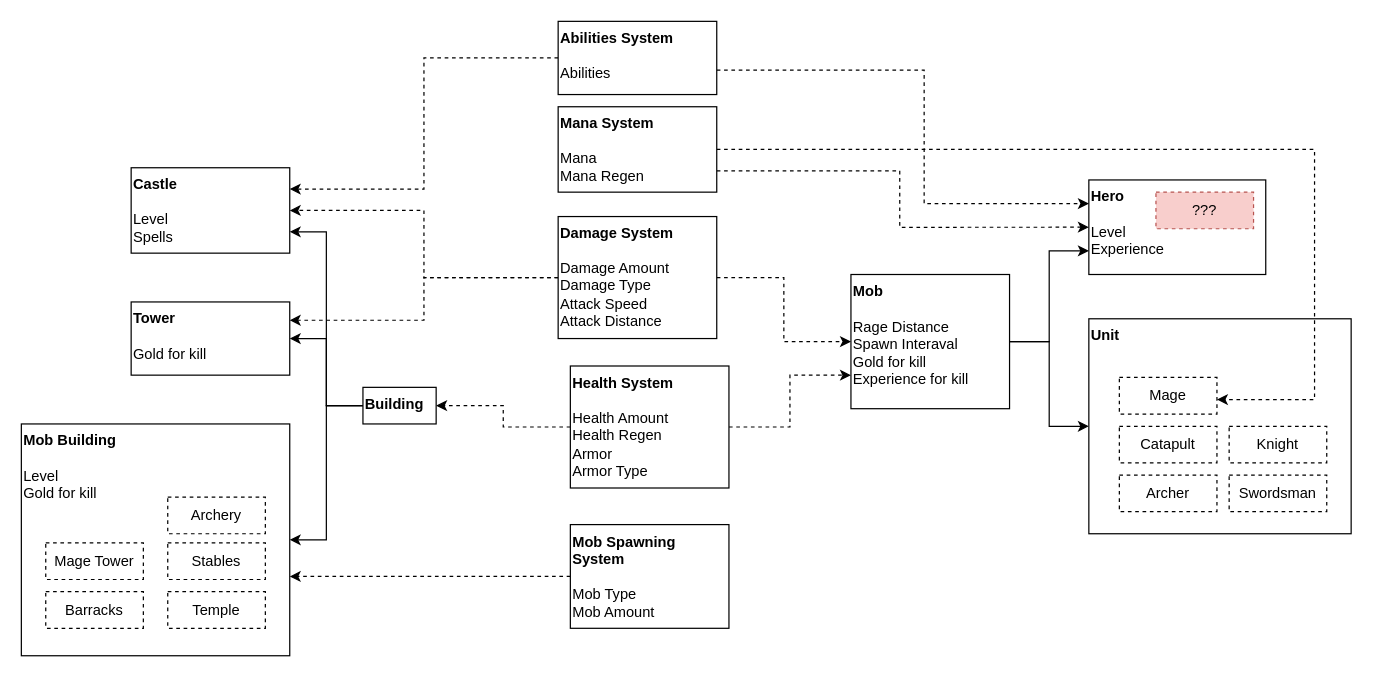
The draw.io diagram Диаграмма без названия.drawio in aandrieiev1998/castle_fight_mobile, before the edit. Source tidied: cells renumbered, new cells numbered last; positions are measured from the earlier drawing's top-left corner, leaving out a move shared by most shapes. Both pictures are drawn from the tidied source at 122%, with x=0, y=0 at pixel (21, 21).
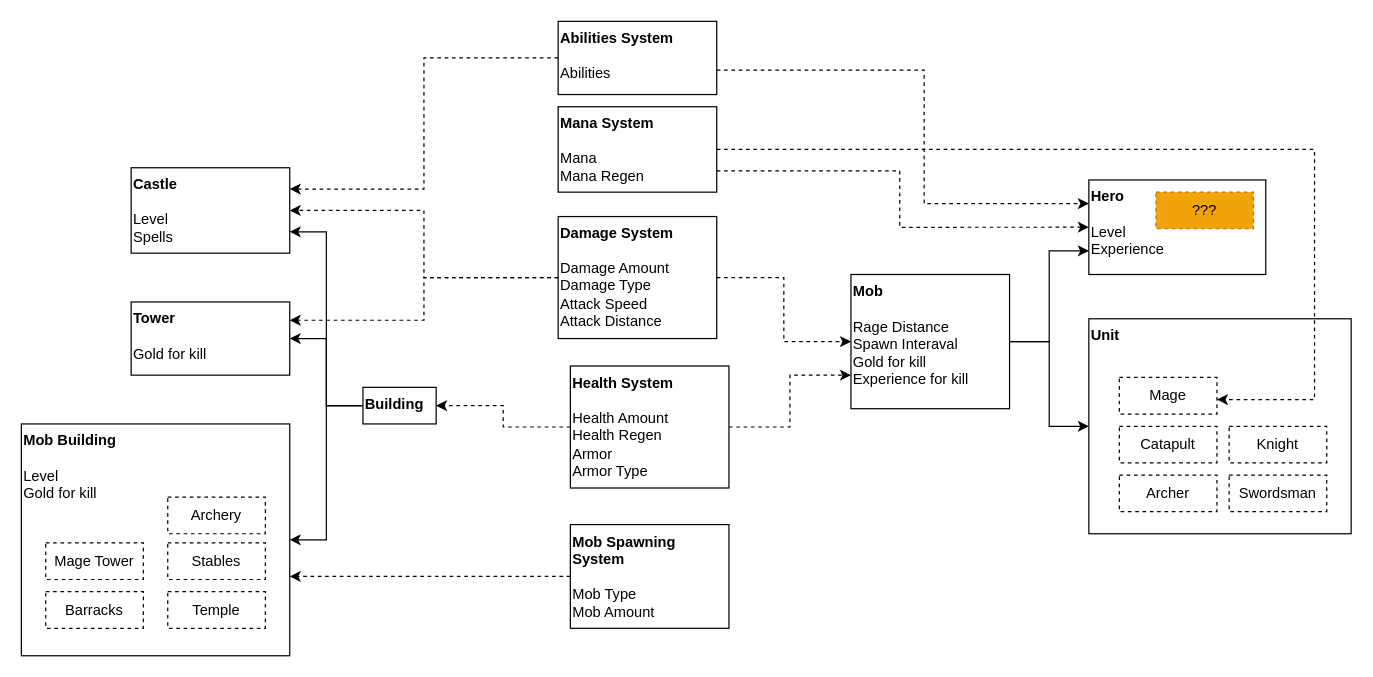
The same diagram, later.

Diff of the diagram source:
```diff
@@
-    <mxCell id="39" value="???" style="rounded=0;whiteSpace=wrap;html=1;dashed=1;fillColor=#f8cecc;strokeColor=#b85450;" parent="1" vertex="1">
+    <mxCell id="39" value="???" style="rounded=0;whiteSpace=wrap;html=1;dashed=1;fillColor=#f0a30a;strokeColor=#BD7000;fontColor=#000000;" parent="1" vertex="1">
       <mxGeometry x="930" y="140" width="80" height="30" as="geometry" />
     </mxCell>
```
